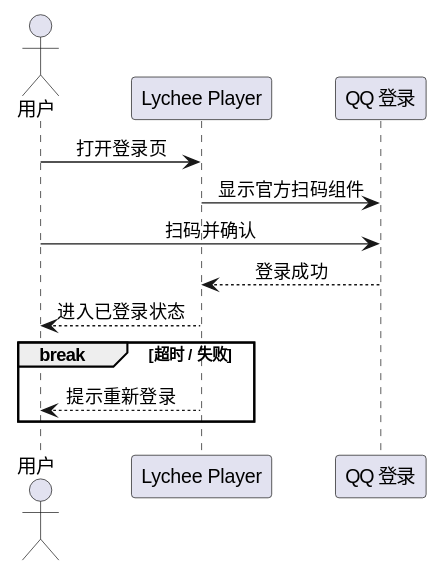
The PlantUML diagram diagram/seq-login.svg in 54m43lJ/LycheePlayer, before a commit.
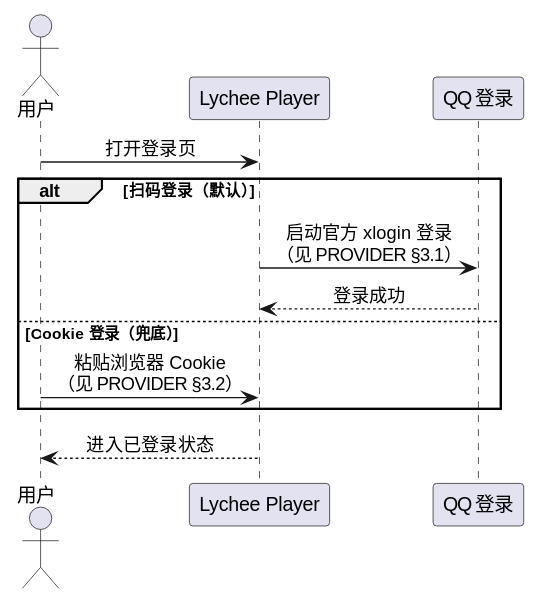
After the change.

Commit message:
docs: 落实拍板结果——MPRIS 归 PROVIDER、原型归 USER、补 Cookie 登录流程

Diff of the diagram source:
```diff
@@ -7,12 +7,11 @@
 participant "QQ 登录" as QQ
 
 U -> APP : 打开登录页
-APP -> QQ : 显示官方扫码组件
-U -> QQ : 扫码并确认
-QQ --> APP : 登录成功
+alt 扫码登录（默认）
+  APP -> QQ : 启动官方 xlogin 登录\n（见 PROVIDER §3.1）
+  QQ --> APP : 登录成功
+else Cookie 登录（兜底）
+  U -> APP : 粘贴浏览器 Cookie\n（见 PROVIDER §3.2）
+end
 APP --> U : 进入已登录状态
-
-break 超时 / 失败
-  APP --> U : 提示重新登录
-end
 @enduml
```
